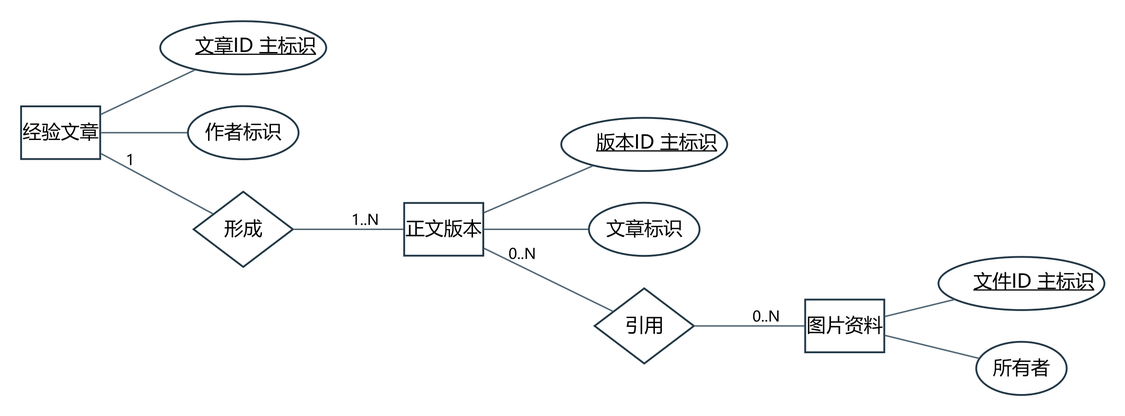
Before: docs/project/models/图表与模型/ER02B.png, a diagram exported from Graphviz (jason-bitc/HZCU-CampusHub). Its source is kept beside it as docs/project/models/图表与模型/ER02B.dot. Source of this version:
```dot
digraph G {
graph [rankdir=LR,nodesep=0.30,ranksep=0.48,bgcolor="white",splines=polyline,pad=0.20];
node [fontname="Microsoft YaHei",fontsize=13,color="#223846",penwidth=1.25,margin="0.10,0.07",style="rounded,filled",fillcolor="#F6F8FA"];
edge [fontname="Microsoft YaHei",fontsize=10,color="#526775",arrowsize=0.7];
"Article" [shape=box,label="经验文章",style="filled",fillcolor="white"];
"ArticleVersion" [shape=box,label="正文版本",style="filled",fillcolor="white"];
"Media" [shape=box,label="图片资料",style="filled",fillcolor="white"];
"Article_a0" [shape=ellipse,label=<<U>文章ID 主标识</U>>,style="filled",fillcolor="white"];
"Article_a1" [shape=ellipse,label="作者标识",style="filled",fillcolor="white"];
"ArticleVersion_a0" [shape=ellipse,label=<<U>版本ID 主标识</U>>,style="filled",fillcolor="white"];
"ArticleVersion_a1" [shape=ellipse,label="文章标识",style="filled",fillcolor="white"];
"Media_a0" [shape=ellipse,label=<<U>文件ID 主标识</U>>,style="filled",fillcolor="white"];
"Media_a1" [shape=ellipse,label="所有者",style="filled",fillcolor="white"];
"rel4" [shape=diamond,label="形成",style="filled",fillcolor="white"];
"rel8" [shape=diamond,label="引用",style="filled",fillcolor="white"];
"Article" -> "Article_a0" [label="",dir=none];
"Article" -> "Article_a1" [label="",dir=none];
"ArticleVersion" -> "ArticleVersion_a0" [label="",dir=none];
"ArticleVersion" -> "ArticleVersion_a1" [label="",dir=none];
"Media" -> "Media_a0" [label="",dir=none];
"Media" -> "Media_a1" [label="",dir=none];
"Article" -> "rel4" [label="1",dir=none];
"rel4" -> "ArticleVersion" [label="1..N",dir=none];
"ArticleVersion" -> "rel8" [label="0..N",dir=none];
"rel8" -> "Media" [label="0..N",dir=none];
}
```
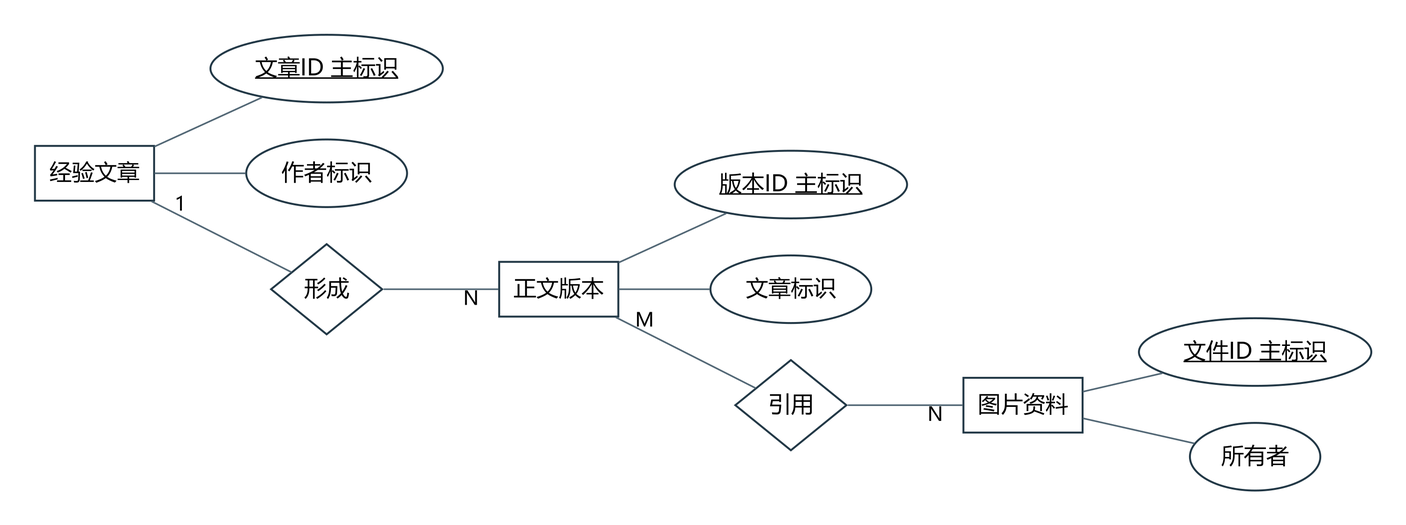
After the change.

Change to the diagram source:
```diff
@@ -1,26 +1,26 @@
 digraph G {
-graph [rankdir=LR,nodesep=0.30,ranksep=0.48,bgcolor="white",splines=polyline,pad=0.20];
-node [fontname="Microsoft YaHei",fontsize=13,color="#223846",penwidth=1.25,margin="0.10,0.07",style="rounded,filled",fillcolor="#F6F8FA"];
-edge [fontname="Microsoft YaHei",fontsize=10,color="#526775",arrowsize=0.7];
-"Article" [shape=box,label="经验文章",style="filled",fillcolor="white"];
-"ArticleVersion" [shape=box,label="正文版本",style="filled",fillcolor="white"];
-"Media" [shape=box,label="图片资料",style="filled",fillcolor="white"];
-"Article_a0" [shape=ellipse,label=<<U>文章ID 主标识</U>>,style="filled",fillcolor="white"];
-"Article_a1" [shape=ellipse,label="作者标识",style="filled",fillcolor="white"];
-"ArticleVersion_a0" [shape=ellipse,label=<<U>版本ID 主标识</U>>,style="filled",fillcolor="white"];
-"ArticleVersion_a1" [shape=ellipse,label="文章标识",style="filled",fillcolor="white"];
-"Media_a0" [shape=ellipse,label=<<U>文件ID 主标识</U>>,style="filled",fillcolor="white"];
-"Media_a1" [shape=ellipse,label="所有者",style="filled",fillcolor="white"];
-"rel4" [shape=diamond,label="形成",style="filled",fillcolor="white"];
-"rel8" [shape=diamond,label="引用",style="filled",fillcolor="white"];
-"Article" -> "Article_a0" [label="",dir=none];
-"Article" -> "Article_a1" [label="",dir=none];
-"ArticleVersion" -> "ArticleVersion_a0" [label="",dir=none];
-"ArticleVersion" -> "ArticleVersion_a1" [label="",dir=none];
-"Media" -> "Media_a0" [label="",dir=none];
-"Media" -> "Media_a1" [label="",dir=none];
-"Article" -> "rel4" [label="1",dir=none];
-"rel4" -> "ArticleVersion" [label="1..N",dir=none];
-"ArticleVersion" -> "rel8" [label="0..N",dir=none];
-"rel8" -> "Media" [label="0..N",dir=none];
+graph [rankdir=LR,nodesep=0.32,ranksep=0.48,bgcolor="white",splines=polyline,pad=0.30];
+node [fontname="Microsoft YaHei",fontsize=14,color="#223846",penwidth=1.2,margin="0.10,0.08",style="filled",fillcolor="white"];
+edge [fontname="Microsoft YaHei",fontsize=12,color="#526775",dir=none];
+"Article" [shape=box,label="经验文章",width=1.0278,height=0.4722];
+"ArticleVersion" [shape=box,label="正文版本",width=1.0278,height=0.4722];
+"Media" [shape=box,label="图片资料",width=1.0278,height=0.4722];
+"Article_a0" [shape=ellipse,label="文章ID 主标识",width=2.0044,height=0.5833];
+"Article_a1" [shape=ellipse,label="作者标识",width=1.3875,height=0.5833];
+"ArticleVersion_a0" [shape=ellipse,label="版本ID 主标识",width=2.0044,height=0.5833];
+"ArticleVersion_a1" [shape=ellipse,label="文章标识",width=1.3875,height=0.5833];
+"Media_a0" [shape=ellipse,label="文件ID 主标识",width=2.0044,height=0.5833];
+"Media_a1" [shape=ellipse,label="所有者",width=1.1250,height=0.5833];
+"rel4" [shape=diamond,label="形成",width=0.9583,height=0.7778];
+"rel8" [shape=diamond,label="引用",width=0.9583,height=0.7778];
+"Article" -> "Article_a0" [label="",labeldistance=1.8,labelangle=20,dir=none];
+"Article" -> "Article_a1" [label="",labeldistance=1.8,labelangle=20,dir=none];
+"ArticleVersion" -> "ArticleVersion_a0" [label="",labeldistance=1.8,labelangle=20,dir=none];
+"ArticleVersion" -> "ArticleVersion_a1" [label="",labeldistance=1.8,labelangle=20,dir=none];
+"Media" -> "Media_a0" [label="",labeldistance=1.8,labelangle=20,dir=none];
+"Media" -> "Media_a1" [label="",labeldistance=1.8,labelangle=20,dir=none];
+"Article" -> "rel4" [taillabel="1",labeldistance=1.8,labelangle=20,dir=none];
+"rel4" -> "ArticleVersion" [headlabel="N",labeldistance=1.8,labelangle=20,dir=none];
+"ArticleVersion" -> "rel8" [taillabel="M",labeldistance=1.8,labelangle=20,dir=none];
+"rel8" -> "Media" [headlabel="N",labeldistance=1.8,labelangle=20,dir=none];
 }
```
